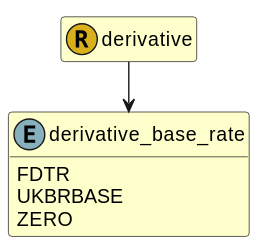
Above: images/fire.model.derivative_base_rate.svg in Schemarise/demo-alfa-with-fire-json-model (PlantUML), before the change.
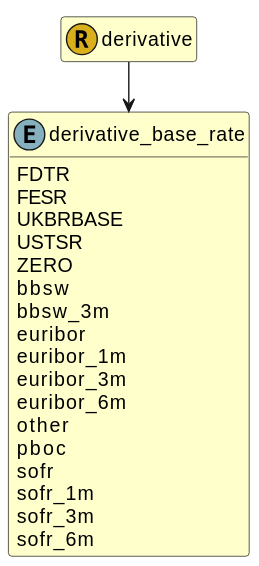
After the commit.

What changed in the source:
```diff
@@ -13,8 +13,22 @@
 class derivative_base_rate << (E,86B0BE) >> {
 
   FDTR
+  FESR
   UKBRBASE
+  USTSR
   ZERO
+  bbsw
+  bbsw_3m
+  euribor
+  euribor_1m
+  euribor_3m
+  euribor_6m
+  other
+  pboc
+  sofr
+  sofr_1m
+  sofr_3m
+  sofr_6m
 
 
 
```
